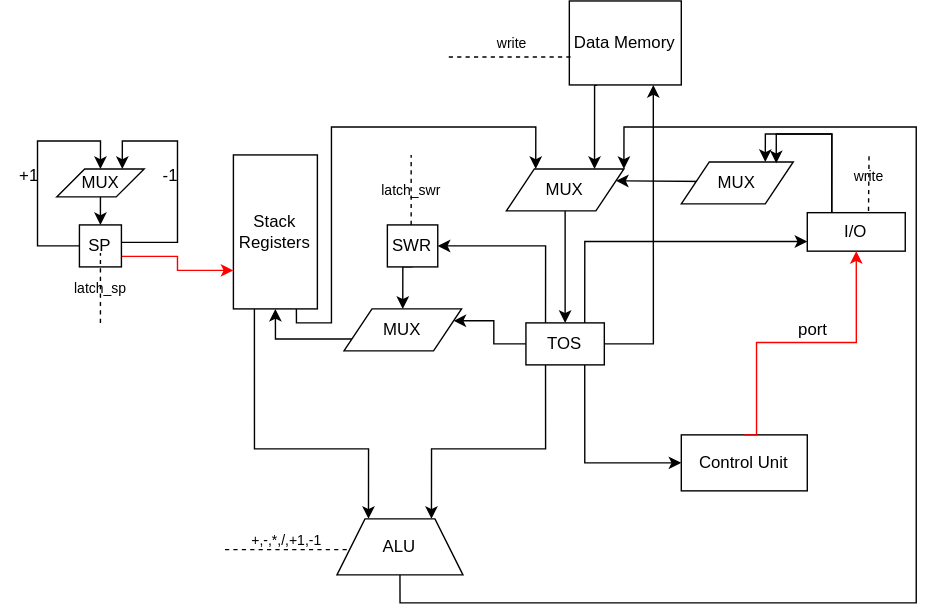
stanislav-shchetinin/MyAsm keeps this draw.io diagram as schemes/DataPath.svg. Above is the earlier version. Source tidied: cells renumbered, new cells last; positions are measured from the earlier drawing's top-left corner, leaving out a move shared by most shapes.
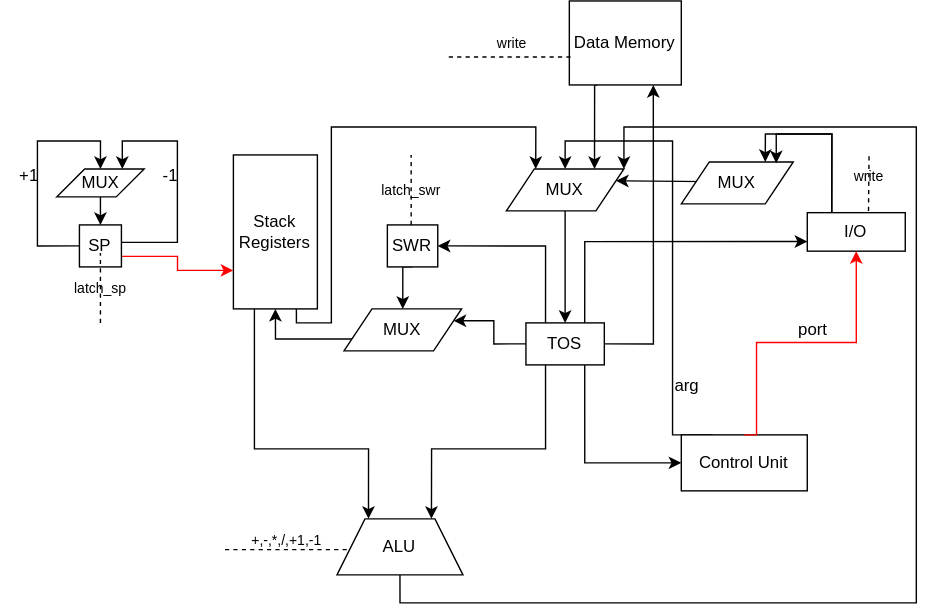
After the commit.

Diff of the diagram source:
```diff
@@ -169,6 +169,15 @@
     <mxCell id="39" value="&lt;span style=&quot;font-size: 10px;&quot;&gt;write&lt;/span&gt;" style="text;html=1;align=center;verticalAlign=middle;strokeColor=none;fillColor=none;" parent="1" vertex="1">
       <mxGeometry x="345.1" y="15" width="40" height="30" as="geometry" />
     </mxCell>
+    <mxCell id="48" style="edgeStyle=orthogonalEdgeStyle;rounded=0;jettySize=auto;html=1;exitX=0.25;exitY=0;exitDx=0;exitDy=0;entryX=0.5;entryY=0;entryDx=0;entryDy=0;" parent="1" edge="1" source="40" target="13">
+      <mxGeometry relative="1" as="geometry">
+        <Array as="points">
+          <mxPoint x="480" y="310" />
+          <mxPoint x="480" y="100" />
+          <mxPoint x="403" y="100" />
+        </Array>
+      </mxGeometry>
+    </mxCell>
     <mxCell id="40" value="Control Unit" style="rounded=0;whiteSpace=wrap;html=1;" parent="1" vertex="1">
       <mxGeometry x="486.2" y="310" width="90" height="40" as="geometry" />
     </mxCell>
@@ -206,5 +215,8 @@
     <mxCell id="47" style="edgeStyle=orthogonalEdgeStyle;rounded=0;jettySize=auto;html=1;exitX=0.25;exitY=0;exitDx=0;exitDy=0;entryX=0.848;entryY=0.032;entryDx=0;entryDy=0;entryPerimeter=0;" parent="1" edge="1" source="37" target="46">
       <mxGeometry relative="1" as="geometry" />
     </mxCell>
+    <mxCell id="49" value="arg" style="text;html=1;align=center;verticalAlign=middle;strokeColor=none;fillColor=none;rotation=0;" parent="1" vertex="1">
+      <mxGeometry x="470" y="260" width="40" height="30" as="geometry" />
+    </mxCell>
   </root>
 </mxGraphModel>
```
